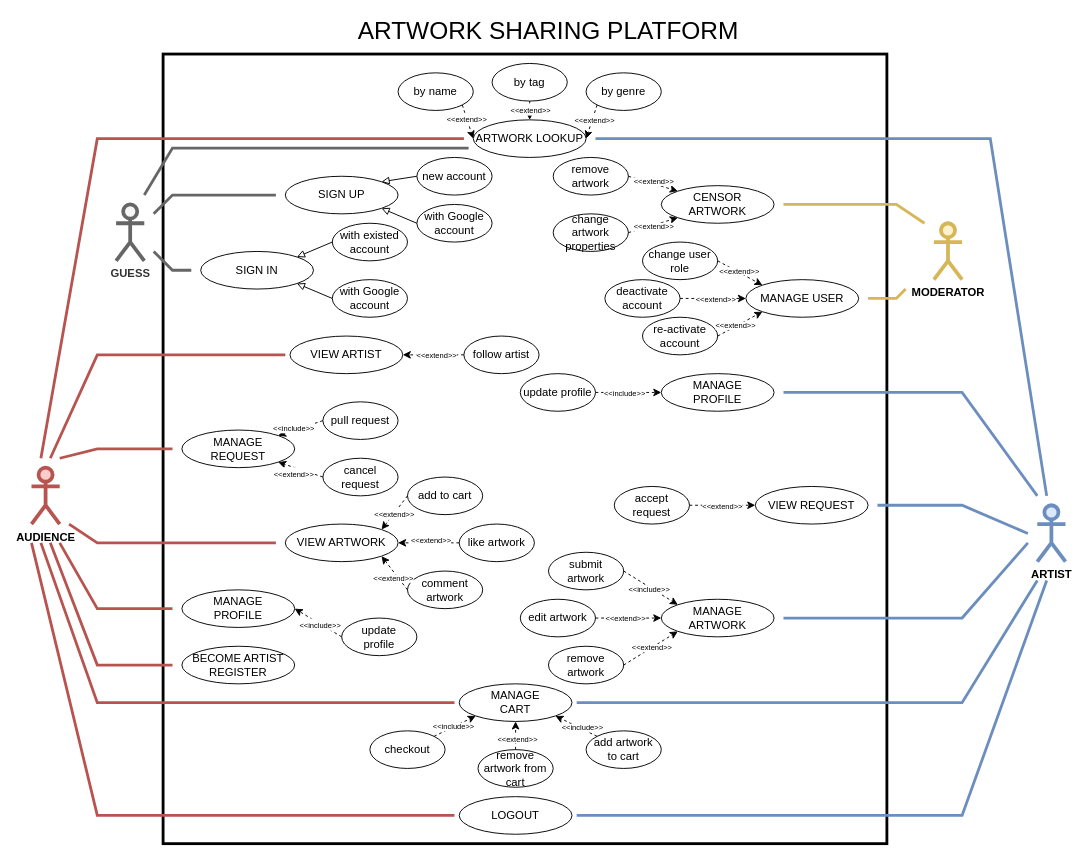
This is ASP_System_Remark.drawio from hukoFpt/FPT-Artwork-Sharing-Platform, a draw.io file, before an edit. Source tidied: cells renumbered, new cells numbered last; positions are measured from the earlier drawing's top-left corner, leaving out a move shared by most shapes. Both pictures are drawn from the tidied source at 94%, with x=0, y=0 at pixel (31, 16).
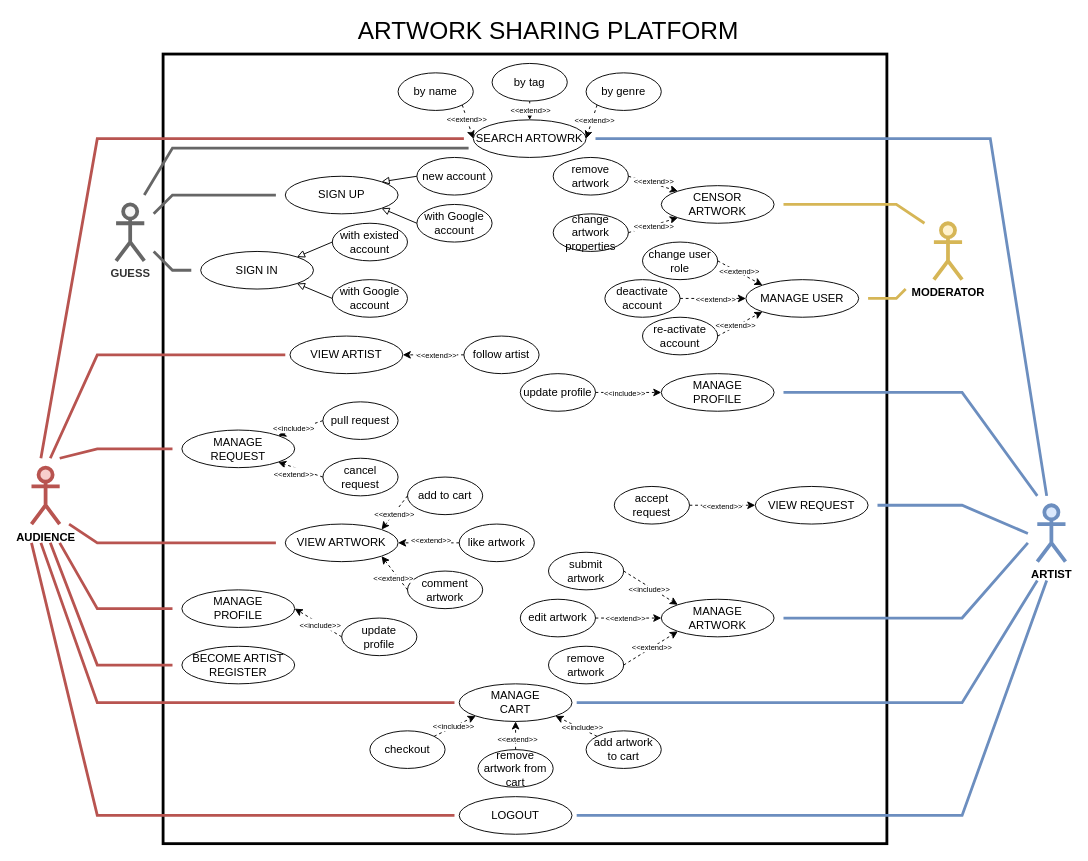
The same page after the edit.

Change to the diagram source:
```diff
@@
-    <mxCell id="86" value="ARTWORK LOOKUP" style="ellipse;whiteSpace=wrap;html=1;" parent="1" vertex="1">
+    <mxCell id="86" value="SEARCH ARTOWRK" style="ellipse;whiteSpace=wrap;html=1;" parent="1" vertex="1">
       <mxGeometry x="470" y="110" width="120" height="40" as="geometry" />
     </mxCell>
```
